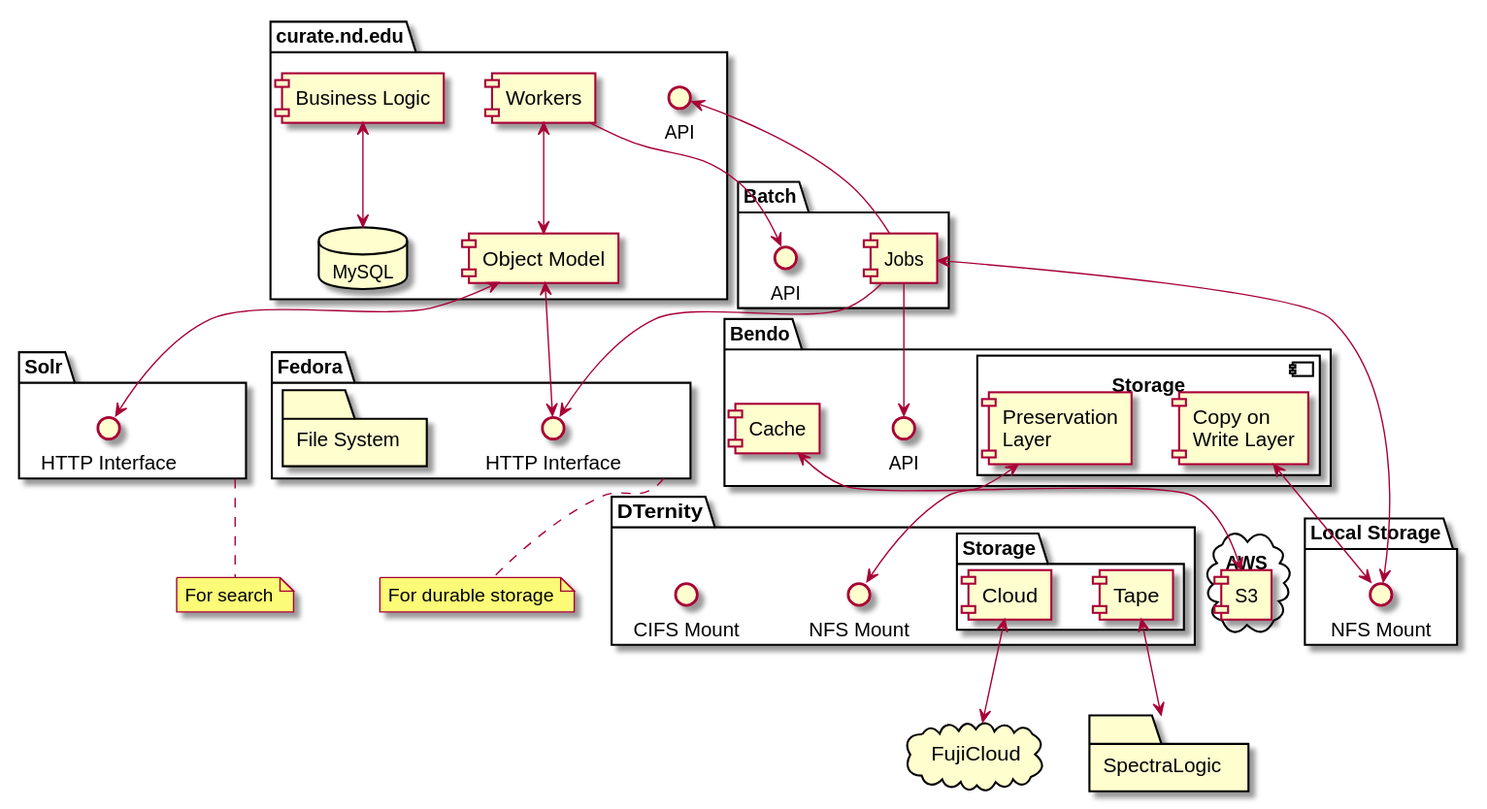
Above: plantuml/curate_nd.svg in ndlib/dam-ecosystem-mapping (PlantUML), before the change.
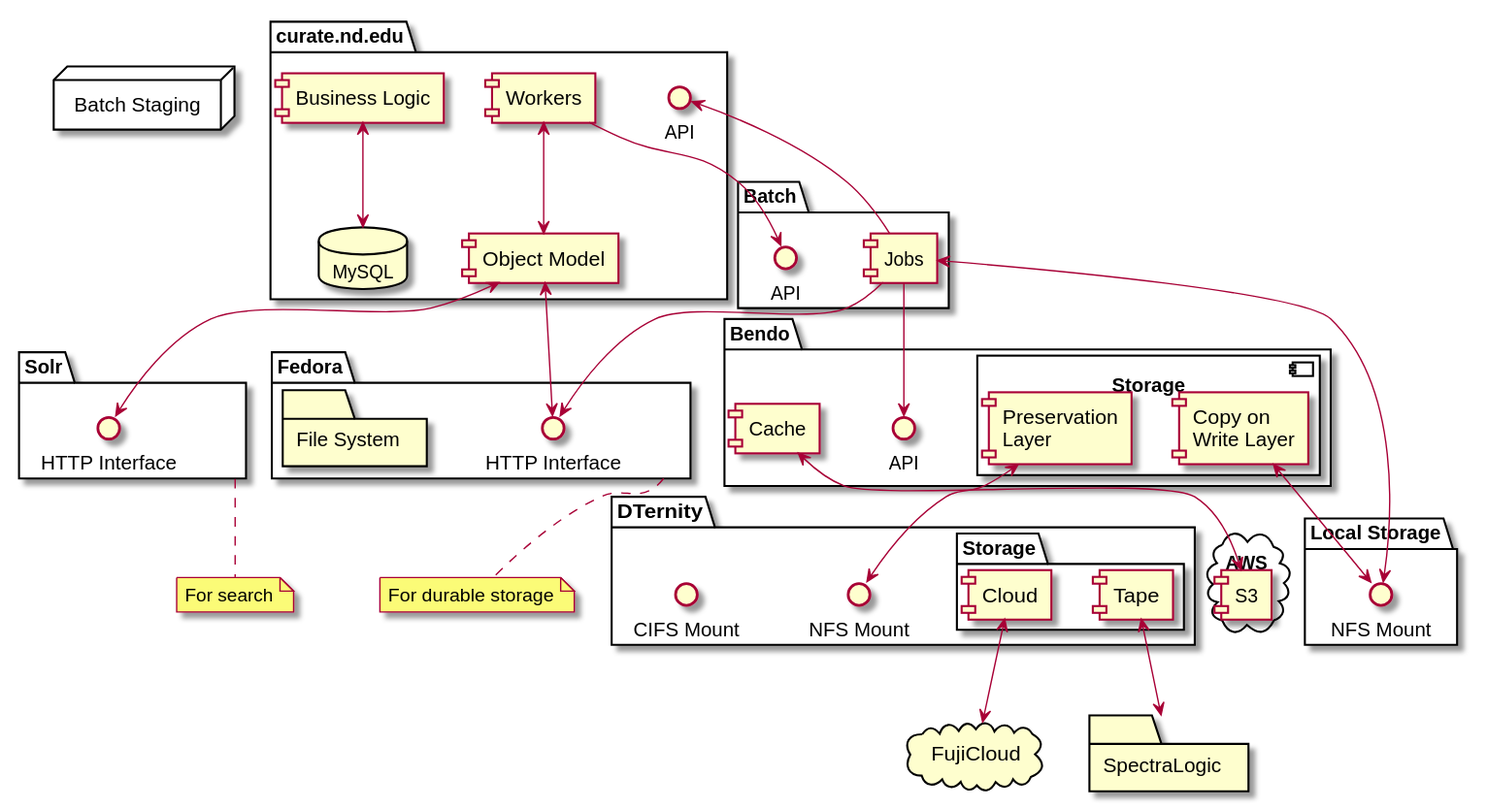
The same file after the commit.

Commit message:
Updating diagrams and table

What changed in the source:
```diff
@@ -30,6 +30,9 @@
   component Jobs as BatchJobs
 }
 
+node "Batch Staging" {
+
+}
 
 package "Bendo" {
   interface API as BendoAPI
```
